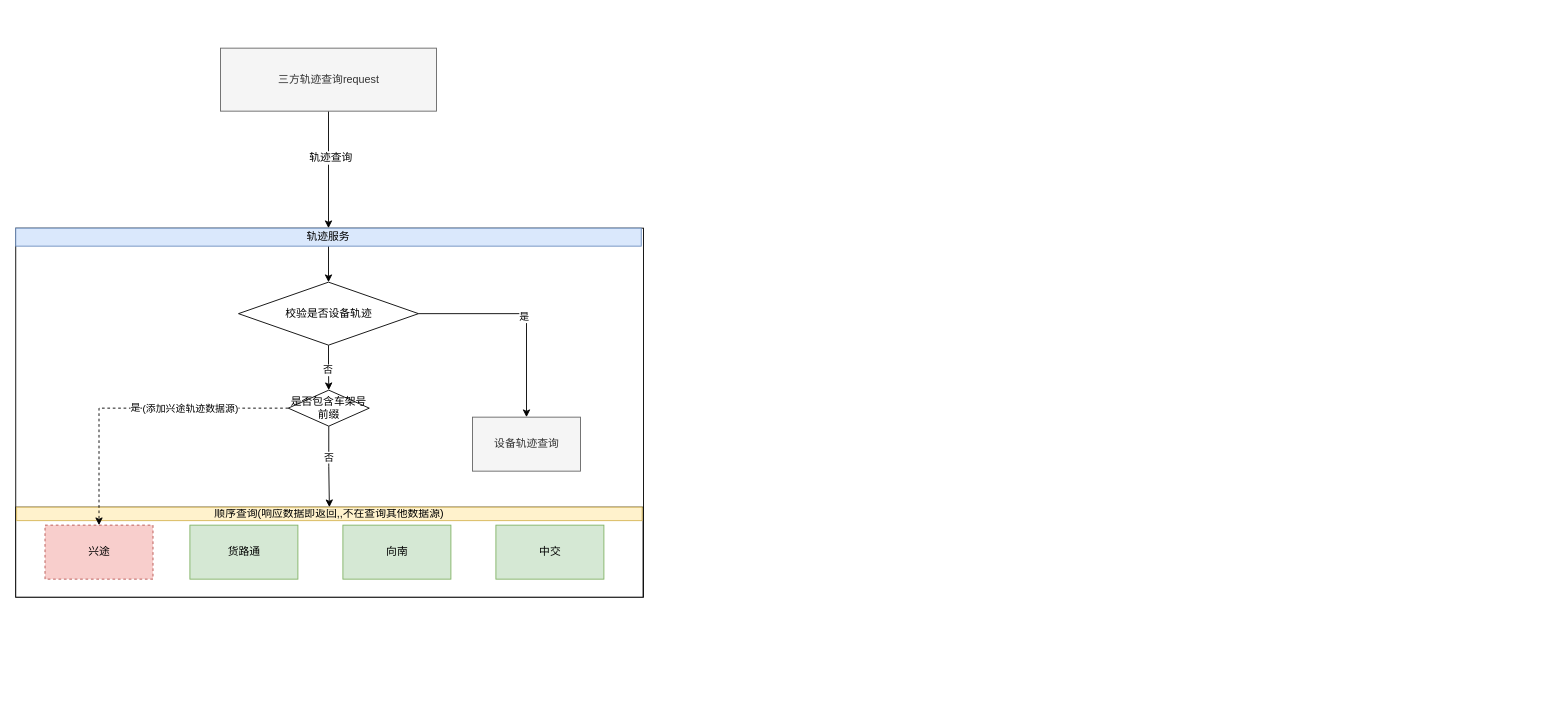
This is 车架号查询兴途.drawio from YangZhenli-git/draw_picture, a draw.io file, before an edit. Source tidied: cells renumbered, new cells numbered last; positions are measured from the earlier drawing's top-left corner, leaving out a move shared by most shapes. Both pictures are drawn from the tidied source at 90%, with x=0, y=0 at pixel (15, 48).
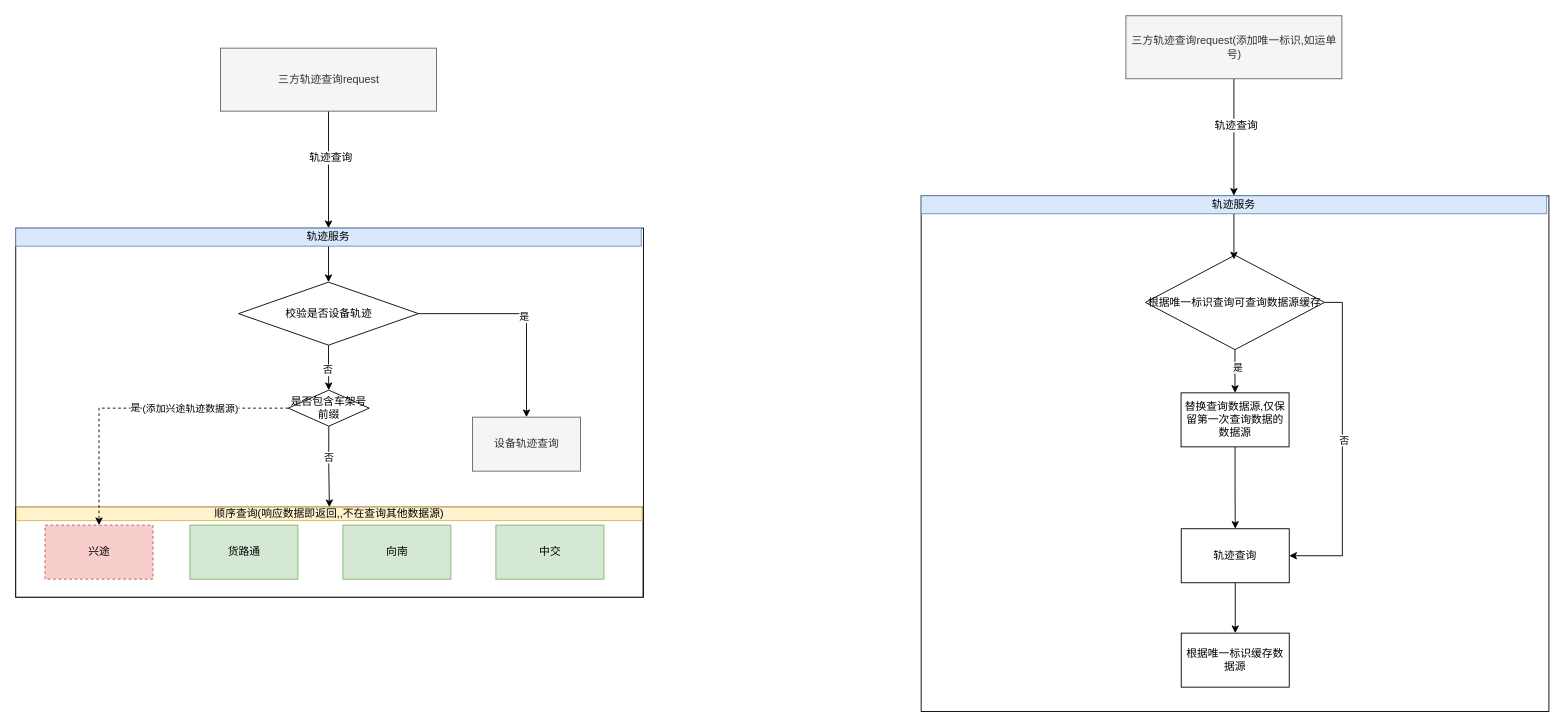
The same diagram, later.

Commit message (it also covers changes not shown here):
更新车架号查询兴途.drawio

What changed in the source:
```diff
@@
+    <mxCell id="25" style="edgeStyle=orthogonalEdgeStyle;rounded=0;jettySize=auto;html=1;exitX=0.5;exitY=1;exitDx=0;exitDy=0;entryX=0.5;entryY=0;entryDx=0;entryDy=0;" parent="1" edge="1" source="27" target="29">
+      <mxGeometry relative="1" as="geometry" />
+    </mxCell>
+    <mxCell id="26" value="&lt;font style=&quot;font-size: 12px;&quot;&gt;轨迹查询&lt;/font&gt;" style="edgeLabel;html=1;align=center;verticalAlign=middle;" parent="25" vertex="1">
+      <mxGeometry x="-0.22" y="2" relative="1" as="geometry" />
+    </mxCell>
+    <mxCell id="27" value="三方轨迹查询request(添加唯一标识,如运单号)" style="rounded=0;whiteSpace=wrap;html=1;fillColor=#f5f5f5;fontColor=#333333;strokeColor=#666666;" parent="1" vertex="1">
+      <mxGeometry x="1233.5" y="-36" width="240" height="70" as="geometry" />
+    </mxCell>
+    <mxCell id="28" style="rounded=0;whiteSpace=wrap;html=1;" parent="1" vertex="1">
+      <mxGeometry x="1006" y="164" width="697.5" height="573" as="geometry" />
+    </mxCell>
+    <mxCell id="29" value="轨迹服务" style="rounded=0;whiteSpace=wrap;html=1;fillColor=#dae8fc;strokeColor=#6c8ebf;" parent="1" vertex="1">
+      <mxGeometry x="1006" y="164" width="695" height="20" as="geometry" />
+    </mxCell>
+    <mxCell id="30" style="edgeStyle=orthogonalEdgeStyle;rounded=0;jettySize=auto;html=1;" parent="1" edge="1" source="34" target="36">
+      <mxGeometry relative="1" as="geometry" />
+    </mxCell>
+    <mxCell id="31" value="是" style="edgeLabel;html=1;align=center;verticalAlign=middle;" parent="30" vertex="1">
+      <mxGeometry x="-0.21" y="3" relative="1" as="geometry" />
+    </mxCell>
+    <mxCell id="32" style="edgeStyle=orthogonalEdgeStyle;rounded=0;jettySize=auto;html=1;entryX=1;entryY=0.5;entryDx=0;entryDy=0;" parent="1" edge="1" source="34" target="38">
+      <mxGeometry relative="1" as="geometry">
+        <Array as="points">
+          <mxPoint x="1474" y="283" />
+          <mxPoint x="1474" y="564" />
+        </Array>
+      </mxGeometry>
+    </mxCell>
+    <mxCell id="33" value="否" style="edgeLabel;html=1;align=center;verticalAlign=middle;" parent="32" vertex="1">
+      <mxGeometry x="-0.04" y="1" relative="1" as="geometry" />
+    </mxCell>
+    <mxCell id="34" value="根据唯一标识查询可查询数据源缓存" style="rhombus;whiteSpace=wrap;html=1;" parent="1" vertex="1">
+      <mxGeometry x="1255.2" y="230" width="199" height="105" as="geometry" />
+    </mxCell>
+    <mxCell id="35" style="edgeStyle=orthogonalEdgeStyle;rounded=0;jettySize=auto;html=1;entryX=0.5;entryY=0;entryDx=0;entryDy=0;" parent="1" edge="1" source="36" target="38">
+      <mxGeometry relative="1" as="geometry" />
+    </mxCell>
+    <mxCell id="36" value="替换查询数据源,仅保留第一次查询数据的数据源" style="rounded=0;whiteSpace=wrap;html=1;" parent="1" vertex="1">
+      <mxGeometry x="1294.8" y="383" width="120" height="60" as="geometry" />
+    </mxCell>
+    <mxCell id="37" style="edgeStyle=orthogonalEdgeStyle;rounded=0;jettySize=auto;html=1;entryX=0.5;entryY=0;entryDx=0;entryDy=0;" parent="1" edge="1" source="38" target="39">
+      <mxGeometry relative="1" as="geometry" />
+    </mxCell>
+    <mxCell id="38" value="轨迹查询" style="rounded=0;whiteSpace=wrap;html=1;" parent="1" vertex="1">
+      <mxGeometry x="1295" y="534" width="120" height="60" as="geometry" />
+    </mxCell>
+    <mxCell id="39" value="根据唯一标识缓存数据源" style="rounded=0;whiteSpace=wrap;html=1;" parent="1" vertex="1">
+      <mxGeometry x="1295" y="650" width="120" height="60" as="geometry" />
+    </mxCell>
+    <mxCell id="40" style="edgeStyle=orthogonalEdgeStyle;rounded=0;jettySize=auto;html=1;entryX=0.494;entryY=0.045;entryDx=0;entryDy=0;entryPerimeter=0;" parent="1" edge="1" source="29" target="34">
+      <mxGeometry relative="1" as="geometry" />
+    </mxCell>
```
